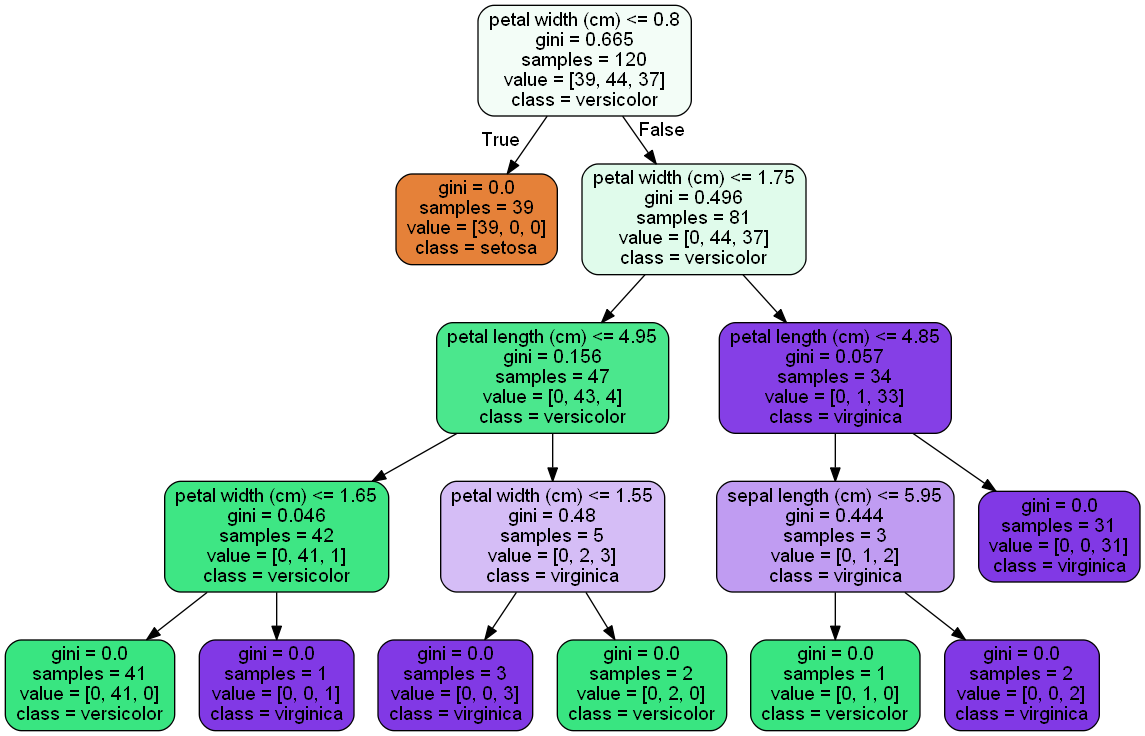
Before: Python学习/MachineLearningFile/决策树/Demo/DesisionTree/iris_decisionTree.gv.png, a diagram exported from Graphviz (Ti-Ho/git_zth). Its source is kept beside it as Python学习/MachineLearningFile/决策树/Demo/DesisionTree/iris_decisionTree.gv.
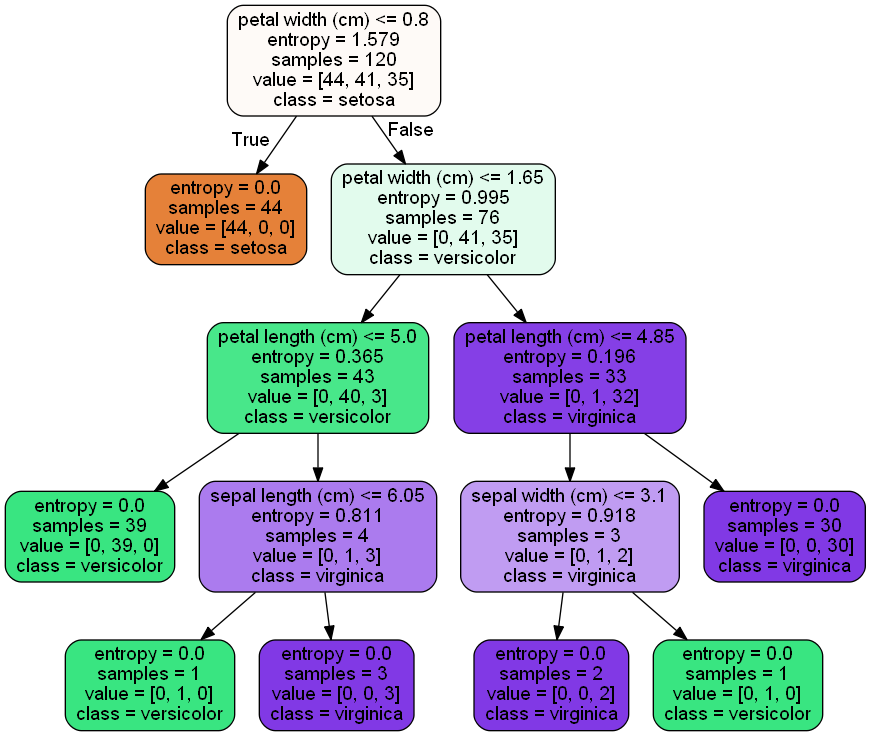
The same file after the commit.

The edit, as a diff of the source:
```diff
@@ -1,33 +1,29 @@
 digraph Tree {
 node [shape=box, style="filled, rounded", color="black", fontname=helvetica] ;
 edge [fontname=helvetica] ;
-0 [label="petal width (cm) <= 0.8\ngini = 0.665\nsamples = 120\nvalue = [39, 44, 37]\nclass = versicolor", fillcolor="#f3fdf7"] ;
-1 [label="gini = 0.0\nsamples = 39\nvalue = [39, 0, 0]\nclass = setosa", fillcolor="#e58139"] ;
+0 [label="petal width (cm) <= 0.8\nentropy = 1.579\nsamples = 120\nvalue = [44, 41, 35]\nclass = setosa", fillcolor="#fefaf7"] ;
+1 [label="entropy = 0.0\nsamples = 44\nvalue = [44, 0, 0]\nclass = setosa", fillcolor="#e58139"] ;
 0 -> 1 [labeldistance=2.5, labelangle=45, headlabel="True"] ;
-2 [label="petal width (cm) <= 1.75\ngini = 0.496\nsamples = 81\nvalue = [0, 44, 37]\nclass = versicolor", fillcolor="#e0fbeb"] ;
+2 [label="petal width (cm) <= 1.65\nentropy = 0.995\nsamples = 76\nvalue = [0, 41, 35]\nclass = versicolor", fillcolor="#e2fbed"] ;
 0 -> 2 [labeldistance=2.5, labelangle=-45, headlabel="False"] ;
-3 [label="petal length (cm) <= 4.95\ngini = 0.156\nsamples = 47\nvalue = [0, 43, 4]\nclass = versicolor", fillcolor="#4be78d"] ;
+3 [label="petal length (cm) <= 5.0\nentropy = 0.365\nsamples = 43\nvalue = [0, 40, 3]\nclass = versicolor", fillcolor="#48e78a"] ;
 2 -> 3 ;
-4 [label="petal width (cm) <= 1.65\ngini = 0.046\nsamples = 42\nvalue = [0, 41, 1]\nclass = versicolor", fillcolor="#3ee684"] ;
+4 [label="entropy = 0.0\nsamples = 39\nvalue = [0, 39, 0]\nclass = versicolor", fillcolor="#39e581"] ;
 3 -> 4 ;
-5 [label="gini = 0.0\nsamples = 41\nvalue = [0, 41, 0]\nclass = versicolor", fillcolor="#39e581"] ;
-4 -> 5 ;
-6 [label="gini = 0.0\nsamples = 1\nvalue = [0, 0, 1]\nclass = virginica", fillcolor="#8139e5"] ;
-4 -> 6 ;
-7 [label="petal width (cm) <= 1.55\ngini = 0.48\nsamples = 5\nvalue = [0, 2, 3]\nclass = virginica", fillcolor="#d5bdf6"] ;
-3 -> 7 ;
-8 [label="gini = 0.0\nsamples = 3\nvalue = [0, 0, 3]\nclass = virginica", fillcolor="#8139e5"] ;
-7 -> 8 ;
-9 [label="gini = 0.0\nsamples = 2\nvalue = [0, 2, 0]\nclass = versicolor", fillcolor="#39e581"] ;
-7 -> 9 ;
-10 [label="petal length (cm) <= 4.85\ngini = 0.057\nsamples = 34\nvalue = [0, 1, 33]\nclass = virginica", fillcolor="#853fe6"] ;
-2 -> 10 ;
-11 [label="sepal length (cm) <= 5.95\ngini = 0.444\nsamples = 3\nvalue = [0, 1, 2]\nclass = virginica", fillcolor="#c09cf2"] ;
-10 -> 11 ;
-12 [label="gini = 0.0\nsamples = 1\nvalue = [0, 1, 0]\nclass = versicolor", fillcolor="#39e581"] ;
-11 -> 12 ;
-13 [label="gini = 0.0\nsamples = 2\nvalue = [0, 0, 2]\nclass = virginica", fillcolor="#8139e5"] ;
-11 -> 13 ;
-14 [label="gini = 0.0\nsamples = 31\nvalue = [0, 0, 31]\nclass = virginica", fillcolor="#8139e5"] ;
-10 -> 14 ;
+5 [label="sepal length (cm) <= 6.05\nentropy = 0.811\nsamples = 4\nvalue = [0, 1, 3]\nclass = virginica", fillcolor="#ab7bee"] ;
+3 -> 5 ;
+6 [label="entropy = 0.0\nsamples = 1\nvalue = [0, 1, 0]\nclass = versicolor", fillcolor="#39e581"] ;
+5 -> 6 ;
+7 [label="entropy = 0.0\nsamples = 3\nvalue = [0, 0, 3]\nclass = virginica", fillcolor="#8139e5"] ;
+5 -> 7 ;
+8 [label="petal length (cm) <= 4.85\nentropy = 0.196\nsamples = 33\nvalue = [0, 1, 32]\nclass = virginica", fillcolor="#853fe6"] ;
+2 -> 8 ;
+9 [label="sepal width (cm) <= 3.1\nentropy = 0.918\nsamples = 3\nvalue = [0, 1, 2]\nclass = virginica", fillcolor="#c09cf2"] ;
+8 -> 9 ;
+10 [label="entropy = 0.0\nsamples = 2\nvalue = [0, 0, 2]\nclass = virginica", fillcolor="#8139e5"] ;
+9 -> 10 ;
+11 [label="entropy = 0.0\nsamples = 1\nvalue = [0, 1, 0]\nclass = versicolor", fillcolor="#39e581"] ;
+9 -> 11 ;
+12 [label="entropy = 0.0\nsamples = 30\nvalue = [0, 0, 30]\nclass = virginica", fillcolor="#8139e5"] ;
+8 -> 12 ;
 }
```
